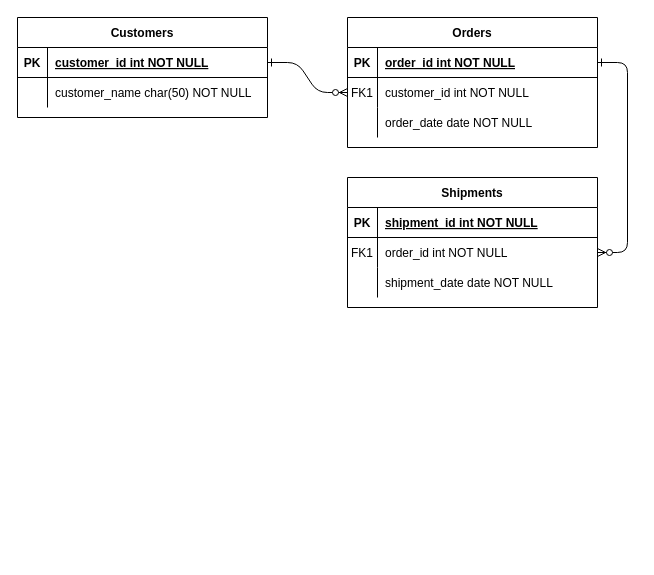
This is page "Page-1" (1 of 2) of SourceCode/Application/Documentation/Untitled Diagram.drawio from AhsanGillani/Patronecs, a draw.io file, before an edit. Source tidied: cells renumbered, new cells numbered last; positions are measured from the earlier drawing's top-left corner, leaving out a move shared by most shapes. Both pictures are drawn from the tidied source at 100%, with x=0, y=0 at pixel (17, 17).
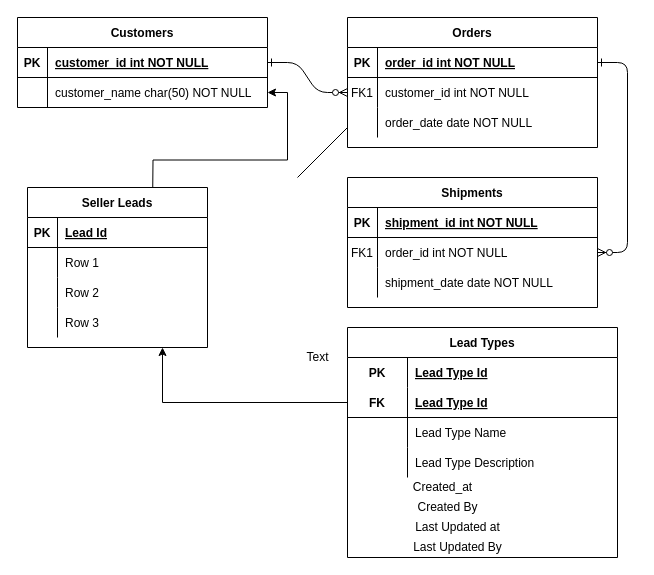
The same page after the edit.

The change refers to these unchanged cells:
```xml
<mxCell id="28" style="shape=partialRectangle;fillColor=none;points=[[0,0.5],[1,0.5]];portConstraint=eastwest;top=0;left=0;right=0;bottom=0;" parent="24" vertex="1">
  <mxGeometry y="60" width="250" height="30" as="geometry" />
</mxCell>
```

The edit, as a diff of the source:
```diff
@@
     <mxCell id="24" value="Customers" style="shape=table;startSize=30;childLayout=tableLayout;rowLines=0;fontStyle=1;align=center;" parent="1" vertex="1">
-      <mxGeometry width="250" height="100" as="geometry" />
+      <mxGeometry width="250" height="90" as="geometry" />
     </mxCell>
@@
+    <mxCell id="31" style="edgeStyle=orthogonalEdgeStyle;rounded=0;jettySize=auto;html=1;" parent="1" edge="1" target="28">
+      <mxGeometry relative="1" as="geometry">
+        <mxPoint x="135" y="195" as="sourcePoint" />
+      </mxGeometry>
+    </mxCell>
+    <mxCell id="32" style="endArrow=none;html=1;" parent="1" edge="1">
+      <mxGeometry relative="1" as="geometry">
+        <mxPoint x="280" y="160" as="sourcePoint" />
+        <mxPoint x="330" y="110" as="targetPoint" />
+      </mxGeometry>
+    </mxCell>
+    <mxCell id="33" value="Seller Leads" style="shape=table;startSize=30;childLayout=tableLayout;rowLines=0;fontStyle=1;align=center;" parent="1" vertex="1">
+      <mxGeometry x="10" y="170" width="180" height="160" as="geometry" />
+    </mxCell>
+    <mxCell id="34" style="shape=partialRectangle;fillColor=none;top=0;left=0;bottom=1;right=0;" parent="33" vertex="1">
+      <mxGeometry y="30" width="180" height="30" as="geometry" />
+    </mxCell>
+    <mxCell id="35" value="PK" style="shape=partialRectangle;fillColor=none;top=0;left=0;bottom=0;right=0;fontStyle=1;overflow=hidden;" parent="34" vertex="1">
+      <mxGeometry width="30" height="30" as="geometry" />
+    </mxCell>
+    <mxCell id="36" value="Lead Id" style="shape=partialRectangle;fillColor=none;top=0;left=0;bottom=0;right=0;align=left;spacingLeft=6;fontStyle=5;overflow=hidden;" parent="34" vertex="1">
+      <mxGeometry x="30" width="150" height="30" as="geometry" />
+    </mxCell>
+    <mxCell id="37" style="shape=partialRectangle;fillColor=none;top=0;left=0;bottom=0;right=0;" parent="33" vertex="1">
+      <mxGeometry y="60" width="180" height="30" as="geometry" />
+    </mxCell>
+    <mxCell id="38" style="shape=partialRectangle;fillColor=none;top=0;left=0;bottom=0;right=0;overflow=hidden;" parent="37" vertex="1">
+      <mxGeometry width="30" height="30" as="geometry" />
+    </mxCell>
+    <mxCell id="39" value="Row 1" style="shape=partialRectangle;fillColor=none;top=0;left=0;bottom=0;right=0;align=left;spacingLeft=6;overflow=hidden;" parent="37" vertex="1">
+      <mxGeometry x="30" width="150" height="30" as="geometry" />
+    </mxCell>
+    <mxCell id="40" style="shape=partialRectangle;fillColor=none;top=0;left=0;bottom=0;right=0;" parent="33" vertex="1">
+      <mxGeometry y="90" width="180" height="30" as="geometry" />
+    </mxCell>
+    <mxCell id="41" style="shape=partialRectangle;fillColor=none;top=0;left=0;bottom=0;right=0;overflow=hidden;" parent="40" vertex="1">
+      <mxGeometry width="30" height="30" as="geometry" />
+    </mxCell>
+    <mxCell id="42" value="Row 2" style="shape=partialRectangle;fillColor=none;top=0;left=0;bottom=0;right=0;align=left;spacingLeft=6;overflow=hidden;" parent="40" vertex="1">
+      <mxGeometry x="30" width="150" height="30" as="geometry" />
+    </mxCell>
+    <mxCell id="43" style="shape=partialRectangle;fillColor=none;top=0;left=0;bottom=0;right=0;" parent="33" vertex="1">
+      <mxGeometry y="120" width="180" height="30" as="geometry" />
+    </mxCell>
+    <mxCell id="44" style="shape=partialRectangle;fillColor=none;top=0;left=0;bottom=0;right=0;overflow=hidden;" parent="43" vertex="1">
+      <mxGeometry width="30" height="30" as="geometry" />
+    </mxCell>
+    <mxCell id="45" value="Row 3" style="shape=partialRectangle;fillColor=none;top=0;left=0;bottom=0;right=0;align=left;spacingLeft=6;overflow=hidden;" parent="43" vertex="1">
+      <mxGeometry x="30" width="150" height="30" as="geometry" />
+    </mxCell>
+    <mxCell id="46" value="Lead Types" style="shape=table;startSize=30;childLayout=tableLayout;rowLines=0;fontStyle=1;align=center;" parent="1" vertex="1">
+      <mxGeometry x="330" y="310" width="270" height="230" as="geometry" />
+    </mxCell>
+    <mxCell id="47" style="shape=partialRectangle;fillColor=none;top=0;left=0;bottom=0;right=0;" parent="46" vertex="1">
+      <mxGeometry y="30" width="270" height="30" as="geometry" />
+    </mxCell>
+    <mxCell id="48" value="PK" style="shape=partialRectangle;fillColor=none;top=0;left=0;bottom=0;right=0;fontStyle=1;overflow=hidden;" parent="47" vertex="1">
+      <mxGeometry width="60" height="30" as="geometry" />
+    </mxCell>
+    <mxCell id="49" value="Lead Type Id" style="shape=partialRectangle;fillColor=none;top=0;left=0;bottom=0;right=0;align=left;spacingLeft=6;fontStyle=5;overflow=hidden;" parent="47" vertex="1">
+      <mxGeometry x="60" width="210" height="30" as="geometry" />
+    </mxCell>
+    <mxCell id="50" style="shape=partialRectangle;fillColor=none;top=0;left=0;bottom=1;right=0;points=[[0,0.5],[1,0.5]];portConstraint=eastwest;" parent="46" vertex="1">
+      <mxGeometry y="60" width="270" height="30" as="geometry" />
+    </mxCell>
+    <mxCell id="51" value="FK" style="shape=partialRectangle;fillColor=none;top=0;left=0;bottom=0;right=0;fontStyle=1;overflow=hidden;" parent="50" vertex="1">
+      <mxGeometry width="60" height="30" as="geometry" />
+    </mxCell>
+    <mxCell id="52" value="Lead Type Id" style="shape=partialRectangle;fillColor=none;top=0;left=0;bottom=0;right=0;align=left;spacingLeft=6;fontStyle=5;overflow=hidden;" parent="50" vertex="1">
+      <mxGeometry x="60" width="210" height="30" as="geometry" />
+    </mxCell>
+    <mxCell id="53" style="shape=partialRectangle;fillColor=none;top=0;left=0;bottom=0;right=0;" parent="46" vertex="1">
+      <mxGeometry y="90" width="270" height="30" as="geometry" />
+    </mxCell>
+    <mxCell id="54" style="shape=partialRectangle;fillColor=none;top=0;left=0;bottom=0;right=0;overflow=hidden;" parent="53" vertex="1">
+      <mxGeometry width="60" height="30" as="geometry" />
+    </mxCell>
+    <mxCell id="55" value="Lead Type Name" style="shape=partialRectangle;fillColor=none;top=0;left=0;bottom=0;right=0;align=left;spacingLeft=6;overflow=hidden;" parent="53" vertex="1">
+      <mxGeometry x="60" width="210" height="30" as="geometry" />
+    </mxCell>
+    <mxCell id="56" style="shape=partialRectangle;fillColor=none;top=0;left=0;bottom=0;right=0;" parent="46" vertex="1">
+      <mxGeometry y="120" width="270" height="30" as="geometry" />
+    </mxCell>
+    <mxCell id="57" style="shape=partialRectangle;fillColor=none;top=0;left=0;bottom=0;right=0;overflow=hidden;" parent="56" vertex="1">
+      <mxGeometry width="60" height="30" as="geometry" />
+    </mxCell>
+    <mxCell id="58" value="Lead Type Description" style="shape=partialRectangle;fillColor=none;top=0;left=0;bottom=0;right=0;align=left;spacingLeft=6;overflow=hidden;" parent="56" vertex="1">
+      <mxGeometry x="60" width="210" height="30" as="geometry" />
+    </mxCell>
+    <mxCell id="59" value="Text" style="text;html=1;align=center;verticalAlign=middle;fillColor=none;strokeColor=none;rounded=0;" parent="1" vertex="1">
+      <mxGeometry x="280" y="330" width="40" height="20" as="geometry" />
+    </mxCell>
+    <mxCell id="60" style="edgeStyle=orthogonalEdgeStyle;rounded=0;jettySize=auto;html=1;entryX=0.75;entryY=1;entryDx=0;entryDy=0;" parent="1" edge="1" source="50" target="33">
+      <mxGeometry relative="1" as="geometry" />
+    </mxCell>
+    <mxCell id="61" value="Created_at&lt;br&gt;" style="text;html=1;align=center;verticalAlign=middle;" parent="1" vertex="1">
+      <mxGeometry x="390" y="460" width="70" height="20" as="geometry" />
+    </mxCell>
+    <mxCell id="62" value="Created By" style="text;html=1;align=center;verticalAlign=middle;" parent="1" vertex="1">
+      <mxGeometry x="390" y="480" width="80" height="20" as="geometry" />
+    </mxCell>
+    <mxCell id="63" value="Last Updated at" style="text;html=1;align=center;verticalAlign=middle;" parent="1" vertex="1">
+      <mxGeometry x="390" y="500" width="100" height="20" as="geometry" />
+    </mxCell>
+    <mxCell id="64" value="Last Updated By" style="text;html=1;align=center;verticalAlign=middle;" parent="1" vertex="1">
+      <mxGeometry x="390" y="520" width="100" height="20" as="geometry" />
+    </mxCell>
```
